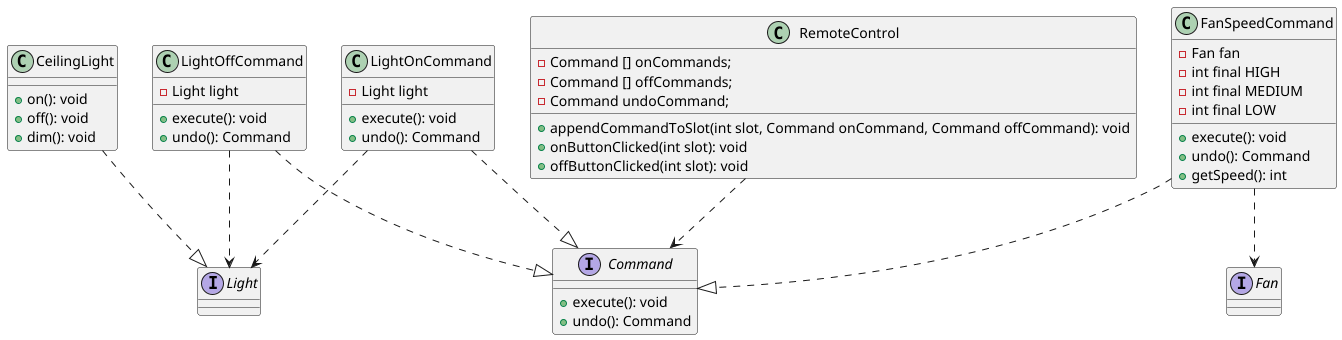
aamer867/designPatterns keeps this PlantUML diagram as commandPattern/docs/uml/commandPattern-0.png. Above is the earlier version. Source of this version:
```plantuml
@startuml
interface Light {}
class CeilingLight {
    + on(): void
    + off(): void
    + dim(): void
}
CeilingLight ..|> Light

class RemoteControl {
    - Command [] onCommands;
    - Command [] offCommands;
    - Command undoCommand;

    + appendCommandToSlot(int slot, Command onCommand, Command offCommand): void
    + onButtonClicked(int slot): void
    + offButtonClicked(int slot): void
}

interface Command {
    + execute(): void
    + undo(): Command
}
RemoteControl ..> Command
class LightOnCommand {
    - Light light
    + execute(): void
    + undo(): Command
}
LightOnCommand ..|> Command
LightOnCommand ..> Light
class LightOffCommand {
    - Light light
    + execute(): void
    + undo(): Command
}
LightOffCommand ..|> Command
LightOffCommand ..> Light
interface Fan {}
class FanSpeedCommand {
    - Fan fan
    - int final HIGH
    - int final MEDIUM
    - int final LOW

    + execute(): void
    + undo(): Command
    + getSpeed(): int
}

FanSpeedCommand ..|> Command
FanSpeedCommand ..> Fan
@enduml
```
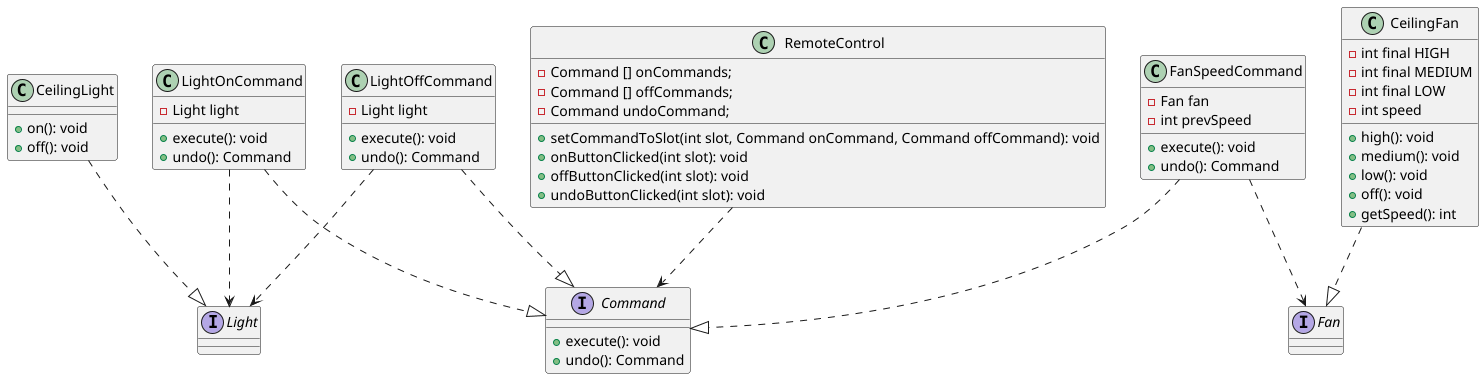
The same file after the commit.

The edit, as a diff of the source:
```diff
@@ -3,7 +3,6 @@
 class CeilingLight {
     + on(): void
     + off(): void
-    + dim(): void
 }
 CeilingLight ..|> Light
 
@@ -12,9 +11,10 @@
     - Command [] offCommands;
     - Command undoCommand;
 
-    + appendCommandToSlot(int slot, Command onCommand, Command offCommand): void
+    + setCommandToSlot(int slot, Command onCommand, Command offCommand): void
     + onButtonClicked(int slot): void
     + offButtonClicked(int slot): void
+    + undoButtonClicked(int slot): void
 }
 
 interface Command {
@@ -37,15 +37,25 @@
 LightOffCommand ..|> Command
 LightOffCommand ..> Light
 interface Fan {}
-class FanSpeedCommand {
-    - Fan fan
+class CeilingFan {
     - int final HIGH
     - int final MEDIUM
     - int final LOW
+    - int speed
+
+    + high(): void
+    + medium(): void
+    + low(): void
+    + off(): void
+    + getSpeed(): int
+}
+CeilingFan ..|> Fan
+class FanSpeedCommand {
+    - Fan fan
+    - int prevSpeed
 
     + execute(): void
     + undo(): Command
-    + getSpeed(): int
 }
 
 FanSpeedCommand ..|> Command
```
